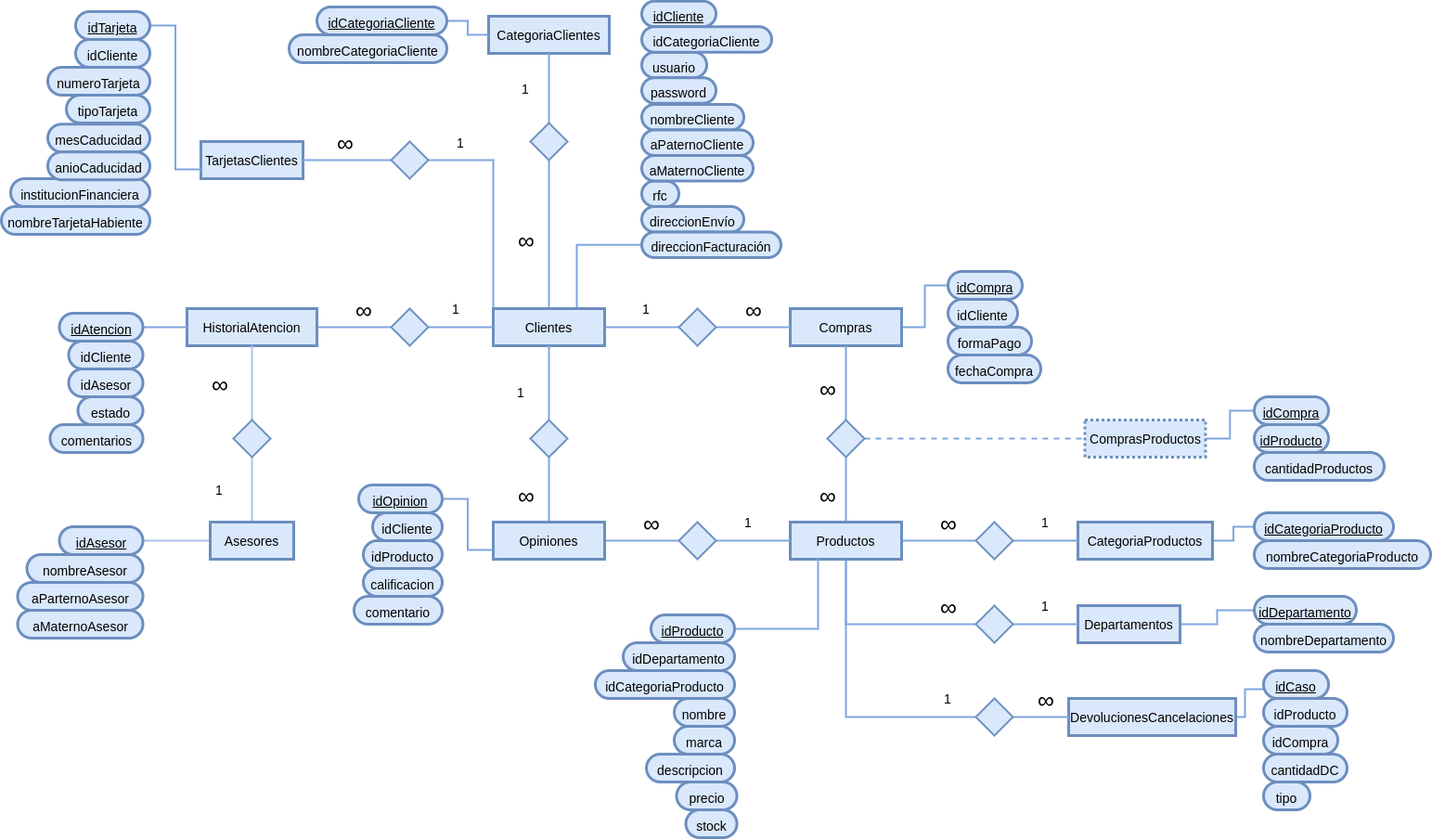
CesarArellano/Base_De_Datos keeps this draw.io diagram as Practicas/Practica1 BD.png. Above is the earlier version. Source tidied: cells renumbered, new cells last; positions are measured from the earlier drawing's top-left corner, leaving out a move shared by most shapes.
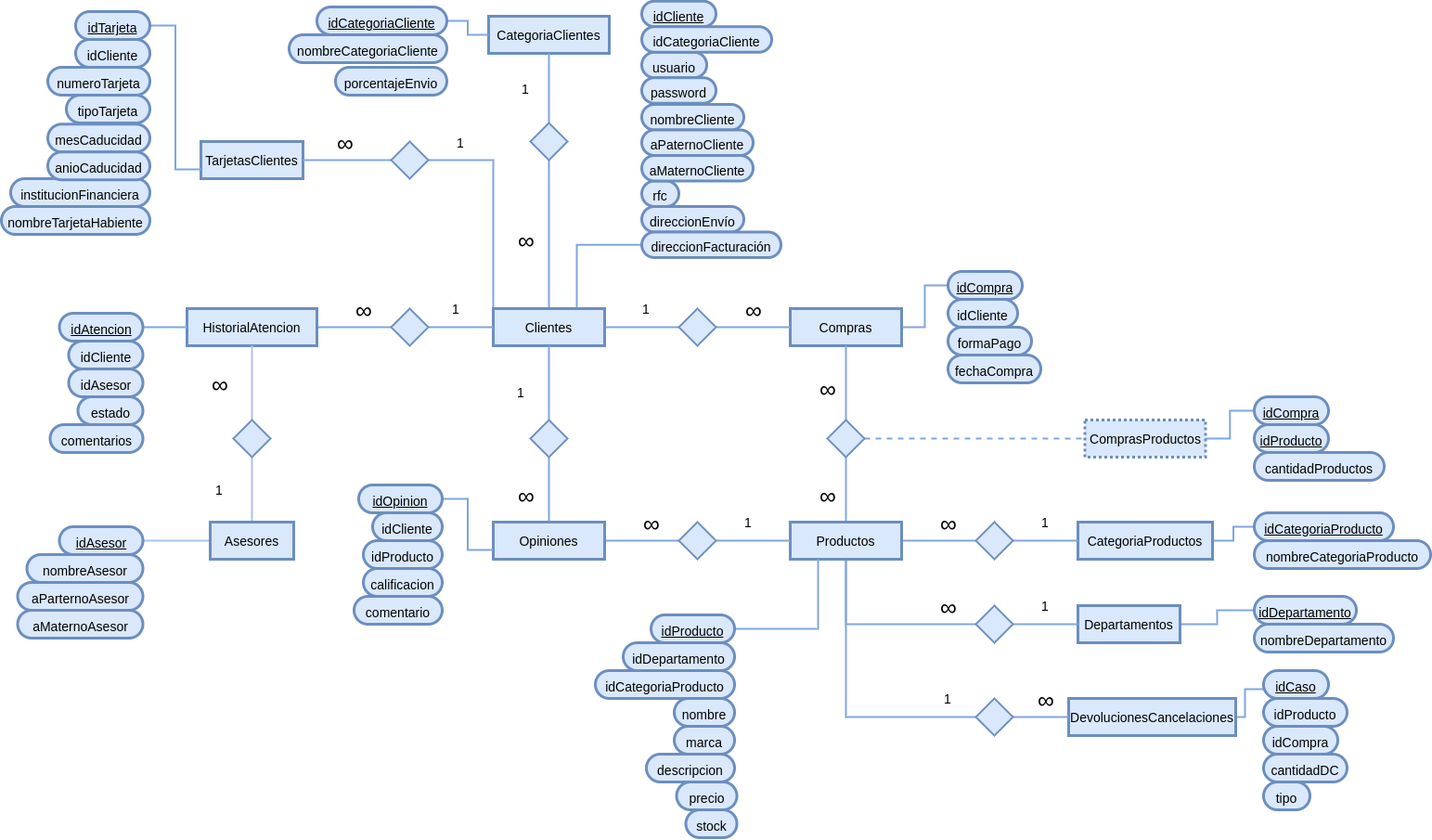
The same diagram one commit later.

Change to the diagram source:
```diff
@@ -421,5 +421,8 @@
     <mxCell id="139" value="&lt;font style=&quot;font-size: 14px&quot;&gt;comentario&lt;/font&gt;" style="rounded=1;whiteSpace=wrap;html=1;shadow=0;glass=0;comic=0;strokeWidth=3;fontSize=23;fillColor=#dae8fc;strokeColor=#6c8ebf;arcSize=50;" parent="1" vertex="1">
       <mxGeometry x="380" y="641" width="95" height="30" as="geometry" />
     </mxCell>
+    <mxCell id="140" value="&lt;span style=&quot;font-size: 14px&quot;&gt;porcentajeEnvio&lt;/span&gt;" style="rounded=1;whiteSpace=wrap;html=1;shadow=0;glass=0;comic=0;strokeWidth=3;fontSize=23;fillColor=#dae8fc;strokeColor=#6c8ebf;arcSize=50;" parent="1" vertex="1">
+      <mxGeometry x="360" y="71" width="120" height="30" as="geometry" />
+    </mxCell>
   </root>
 </mxGraphModel>
```
